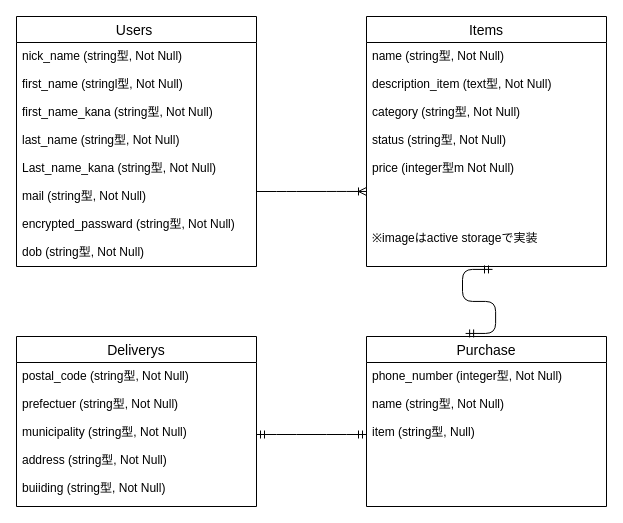
Before: furima.dio in yoshidajunpei/furima-38017, a draw.io diagram. Source tidied: cells renumbered, new cells numbered last; positions are measured from the earlier drawing's top-left corner, leaving out a move shared by most shapes. Both pictures are drawn from the tidied source at 100%, with x=0, y=0 at pixel (16, 16).
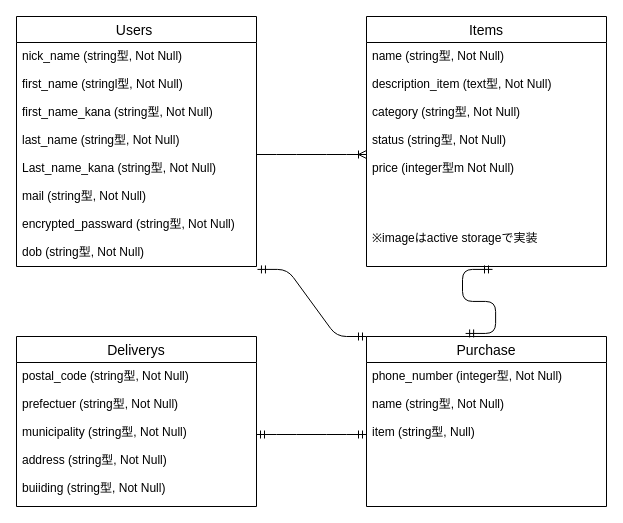
The same page after the edit.

The edit, as a diff of the source:
```diff
@@
 <mxGraphModel>
   <root>
     <mxCell id="0" />
     <mxCell id="1" parent="0" />
     <mxCell id="2" value="Users " style="swimlane;fontStyle=0;horizontal=1;startSize=26;align=center;fontSize=14;" parent="1" vertex="1">
       <mxGeometry width="240" height="250" as="geometry" />
     </mxCell>
     <mxCell id="3" value="nick_name (string型, Not Null)&#10;&#10;first_name (stringl型, Not Null)&#10;&#10;first_name_kana (string型, Not Null)&#10;&#10;last_name (string型, Not Null)&#10;&#10;Last_name_kana (string型, Not Null)&#10;&#10;mail (string型, Not Null)&#10;&#10;encrypted_passward (string型, Not Null)&#10;&#10;dob (string型, Not Null)" style="text;strokeColor=none;fillColor=none;spacingLeft=4;spacingRight=4;overflow=hidden;points=[[0,0.5],[1,0.5]];portConstraint=eastwest;fontSize=12;" parent="2" vertex="1">
       <mxGeometry y="26" width="240" height="224" as="geometry" />
     </mxCell>
     <mxCell id="4" value="Items" style="swimlane;fontStyle=0;horizontal=1;startSize=26;align=center;fontSize=14;" parent="1" vertex="1">
       <mxGeometry x="350" width="240" height="250" as="geometry" />
     </mxCell>
     <mxCell id="5" value="name (string型, Not Null)&#10;&#10;description_item (text型, Not Null)&#10;&#10;category (string型, Not Null)&#10;&#10;status (string型, Not Null)&#10;&#10;price (integer型m Not Null)&#10;&#10;&#10;&#10;&#10;※imageはactive storageで実装" style="text;strokeColor=none;fillColor=none;spacingLeft=4;spacingRight=4;overflow=hidden;points=[[0,0.5],[1,0.5]];portConstraint=eastwest;fontSize=12;fontStyle=0;" parent="4" vertex="1">
       <mxGeometry y="26" width="240" height="224" as="geometry" />
     </mxCell>
     <mxCell id="6" value="Purchase" style="swimlane;fontStyle=0;horizontal=1;startSize=26;align=center;fontSize=14;" parent="1" vertex="1">
       <mxGeometry x="350" y="320" width="240" height="170" as="geometry" />
     </mxCell>
     <mxCell id="7" value="phone_number (integer型, Not Null)&#10;&#10;name (string型, Not Null)&#10;&#10;item (string型, Null)" style="text;strokeColor=none;fillColor=none;spacingLeft=4;spacingRight=4;overflow=hidden;points=[[0,0.5],[1,0.5]];portConstraint=eastwest;fontSize=12;" parent="6" vertex="1">
       <mxGeometry y="26" width="240" height="144" as="geometry" />
     </mxCell>
     <mxCell id="8" value="Deliverys" style="swimlane;fontStyle=0;horizontal=1;startSize=26;align=center;fontSize=14;" parent="1" vertex="1">
       <mxGeometry y="320" width="240" height="170" as="geometry" />
     </mxCell>
     <mxCell id="9" value="postal_code (string型, Not Null)&#10;&#10;prefectuer (string型, Not Null)&#10;&#10;municipality (string型, Not Null)&#10;&#10;address (string型, Not Null)&#10;&#10;buiiding (string型, Not Null)" style="text;strokeColor=none;fillColor=none;spacingLeft=4;spacingRight=4;overflow=hidden;points=[[0,0.5],[1,0.5]];portConstraint=eastwest;fontSize=12;" parent="8" vertex="1">
       <mxGeometry y="26" width="240" height="144" as="geometry" />
     </mxCell>
-    <mxCell id="10" style="edgeStyle=entityRelationEdgeStyle;fontSize=12;html=1;endArrow=ERoneToMany;entryX=0;entryY=0.665;entryDx=0;entryDy=0;entryPerimeter=0;" parent="1" edge="1" target="5">
-      <mxGeometry relative="1" as="geometry">
-        <mxPoint x="240" y="175" as="sourcePoint" />
-      </mxGeometry>
-    </mxCell>
     <mxCell id="11" style="edgeStyle=entityRelationEdgeStyle;fontSize=12;html=1;endArrow=ERmandOne;startArrow=ERmandOne;exitX=1;exitY=0.5;exitDx=0;exitDy=0;entryX=0;entryY=0.5;entryDx=0;entryDy=0;" parent="1" edge="1" source="9" target="7">
       <mxGeometry relative="1" as="geometry" />
     </mxCell>
     <mxCell id="12" style="edgeStyle=entityRelationEdgeStyle;fontSize=12;html=1;endArrow=ERmandOne;startArrow=ERmandOne;entryX=0.525;entryY=1.013;entryDx=0;entryDy=0;entryPerimeter=0;exitX=0.413;exitY=-0.018;exitDx=0;exitDy=0;exitPerimeter=0;" parent="1" edge="1" source="6" target="5">
       <mxGeometry relative="1" as="geometry" />
     </mxCell>
+    <mxCell id="13" style="edgeStyle=entityRelationEdgeStyle;fontSize=12;html=1;endArrow=ERmandOne;startArrow=ERmandOne;entryX=0;entryY=0;entryDx=0;entryDy=0;exitX=1.004;exitY=1.013;exitDx=0;exitDy=0;exitPerimeter=0;" parent="1" edge="1" source="3" target="6">
+      <mxGeometry relative="1" as="geometry" />
+    </mxCell>
+    <mxCell id="14" style="edgeStyle=entityRelationEdgeStyle;fontSize=12;html=1;endArrow=ERoneToMany;exitX=1;exitY=0.5;exitDx=0;exitDy=0;" parent="1" edge="1" source="3" target="5">
+      <mxGeometry relative="1" as="geometry" />
+    </mxCell>
   </root>
 </mxGraphModel>
```
